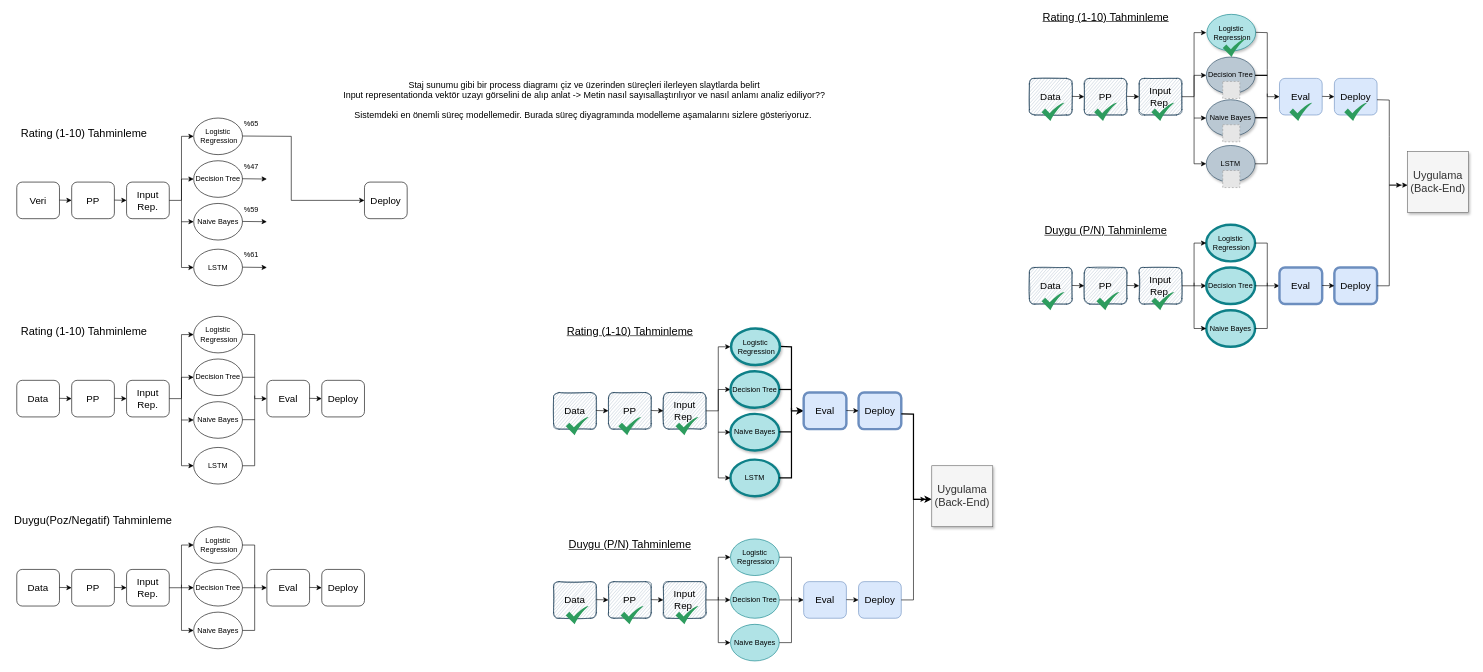
EgehanEralp/diagrams keeps this draw.io diagram as gradProjectProcesses.drawio. Above is the earlier version. Source tidied: cells renumbered, new cells numbered last; positions are measured from the earlier drawing's top-left corner, leaving out a move shared by most shapes. Both pictures are drawn from the tidied source at 61%, with x=0, y=0 at pixel (10, 11). Pictures stored in the file or linked from it are replaced by grey dashed boxes.
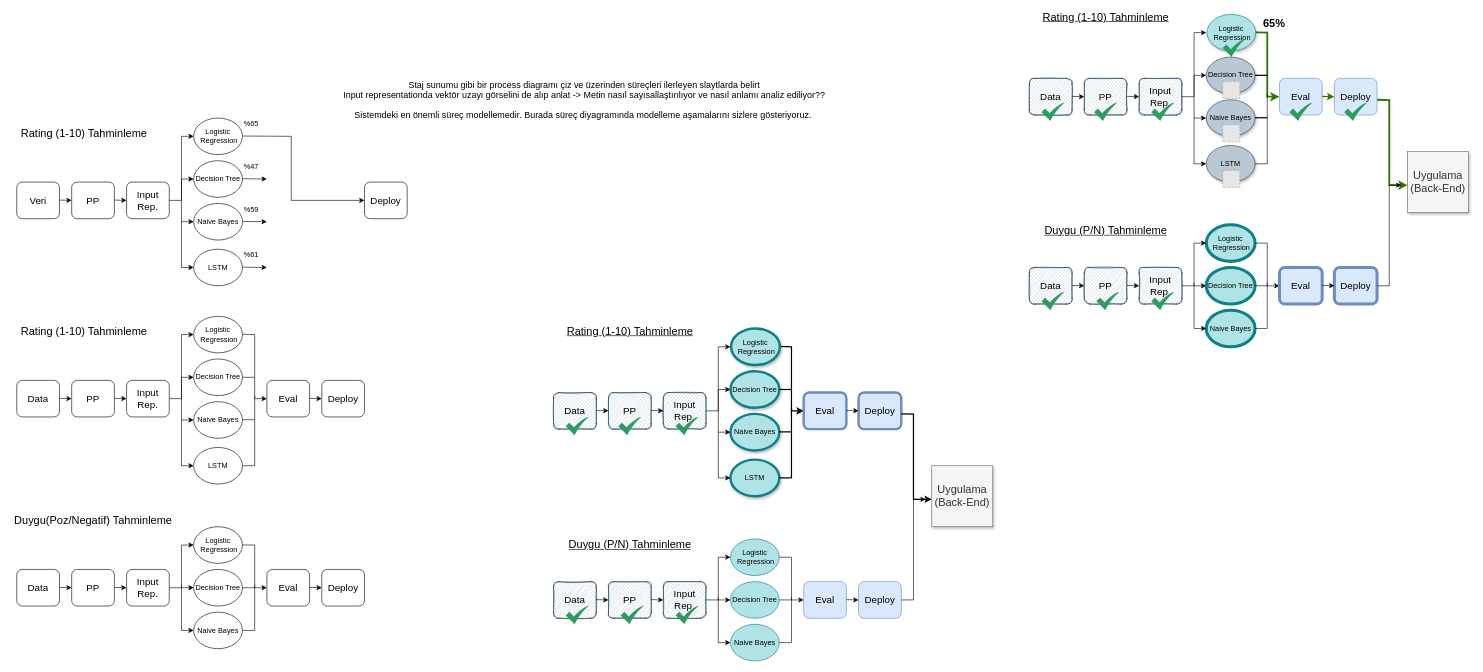
The same diagram, later.

Unchanged cells that the change refers to:
```xml
<mxCell id="127" value="&lt;font size=&quot;3&quot;&gt;Eval&lt;/font&gt;" style="rounded=1;whiteSpace=wrap;html=1;fillColor=#dae8fc;strokeColor=#6c8ebf;strokeWidth=1;" parent="1" vertex="1">
  <mxGeometry x="2080" y="110" width="70" height="60" as="geometry" />
</mxCell>
```

The edit, as a diff of the source:
```diff
@@
-    <mxCell id="126" style="endArrow=classic;html=1;exitX=1;exitY=0.5;exitDx=0;exitDy=0;entryX=0;entryY=0.5;entryDx=0;entryDy=0;rounded=0;strokeWidth=1;" parent="1" edge="1" target="127">
+    <mxCell id="126" style="endArrow=classic;html=1;exitX=1;exitY=0.5;exitDx=0;exitDy=0;entryX=0;entryY=0.5;entryDx=0;entryDy=0;rounded=0;strokeWidth=3;fillColor=#60a917;strokeColor=#2D7600;" parent="1" edge="1" target="127">
       <mxGeometry relative="1" as="geometry">
         <mxPoint x="2040" y="34.5" as="sourcePoint" />
         <Array as="points">
           <mxPoint x="2060" y="35" />
           <mxPoint x="2060" y="95" />
           <mxPoint x="2060" y="140" />
         </Array>
       </mxGeometry>
     </mxCell>
@@
-    <mxCell id="132" style="endArrow=classic;html=1;exitX=1;exitY=0.5;exitDx=0;exitDy=0;" parent="1" edge="1">
+    <mxCell id="132" style="endArrow=classic;html=1;exitX=1;exitY=0.5;exitDx=0;exitDy=0;fillColor=#60a917;strokeColor=#2D7600;strokeWidth=2;" parent="1" edge="1">
       <mxGeometry relative="1" as="geometry">
         <mxPoint x="2150" y="139.5" as="sourcePoint" />
         <mxPoint x="2170" y="140" as="targetPoint" />
       </mxGeometry>
     </mxCell>
@@
-    <mxCell id="140" value="Decision Tree" style="ellipse;whiteSpace=wrap;html=1;fillColor=#b0e3e6;strokeColor=#0e8088;strokeWidth=4;" parent="1" vertex="1">
+    <mxCell id="140" value="Decision Tree" style="ellipse;whiteSpace=wrap;html=1;fillColor=#b0e3e6;strokeColor=#0e8088;strokeWidth=5;" parent="1" vertex="1">
       <mxGeometry x="1960" y="420" width="80" height="60" as="geometry" />
     </mxCell>
-    <mxCell id="141" value="Naive Bayes" style="ellipse;whiteSpace=wrap;html=1;fillColor=#b0e3e6;strokeColor=#0e8088;strokeWidth=4;" parent="1" vertex="1">
+    <mxCell id="141" value="Naive Bayes" style="ellipse;whiteSpace=wrap;html=1;fillColor=#b0e3e6;strokeColor=#0e8088;strokeWidth=5;" parent="1" vertex="1">
       <mxGeometry x="1960" y="490" width="80" height="60" as="geometry" />
     </mxCell>
-    <mxCell id="142" value="Logistic &amp;nbsp;Regression" style="ellipse;whiteSpace=wrap;html=1;fillColor=#b0e3e6;strokeColor=#0e8088;strokeWidth=4;" parent="1" vertex="1">
+    <mxCell id="142" value="Logistic &amp;nbsp;Regression" style="ellipse;whiteSpace=wrap;html=1;fillColor=#b0e3e6;strokeColor=#0e8088;strokeWidth=5;" parent="1" vertex="1">
       <mxGeometry x="1960" y="350" width="80" height="60" as="geometry" />
     </mxCell>
@@
-    <mxCell id="146" value="&lt;font size=&quot;3&quot;&gt;Eval&lt;/font&gt;" style="rounded=1;whiteSpace=wrap;html=1;fillColor=#dae8fc;strokeColor=#6c8ebf;strokeWidth=4;" parent="1" vertex="1">
+    <mxCell id="146" value="&lt;font size=&quot;3&quot;&gt;Eval&lt;/font&gt;" style="rounded=1;whiteSpace=wrap;html=1;fillColor=#dae8fc;strokeColor=#6c8ebf;strokeWidth=5;" parent="1" vertex="1">
       <mxGeometry x="2080" y="420" width="70" height="60" as="geometry" />
     </mxCell>
@@
-    <mxCell id="149" value="&lt;font size=&quot;3&quot;&gt;Deploy&lt;/font&gt;" style="rounded=1;whiteSpace=wrap;html=1;fillColor=#dae8fc;strokeColor=#6c8ebf;strokeWidth=4;" parent="1" vertex="1">
+    <mxCell id="149" value="&lt;font size=&quot;3&quot;&gt;Deploy&lt;/font&gt;" style="rounded=1;whiteSpace=wrap;html=1;fillColor=#dae8fc;strokeColor=#6c8ebf;strokeWidth=5;" parent="1" vertex="1">
       <mxGeometry x="2170" y="420" width="70" height="60" as="geometry" />
     </mxCell>
@@
-    <mxCell id="152" style="endArrow=classic;html=1;exitX=1;exitY=0.5;exitDx=0;exitDy=0;rounded=0;strokeWidth=1;" parent="1" edge="1">
+    <mxCell id="152" style="endArrow=classic;html=1;exitX=1;exitY=0.5;exitDx=0;exitDy=0;rounded=0;strokeWidth=3;fillColor=#60a917;strokeColor=#2D7600;" parent="1" edge="1">
       <mxGeometry relative="1" as="geometry">
         <mxPoint x="2240" y="145" as="sourcePoint" />
         <mxPoint x="2290" y="285" as="targetPoint" />
         <Array as="points">
           <mxPoint x="2260" y="145.5" />
           <mxPoint x="2260" y="205.5" />
           <mxPoint x="2260" y="285" />
         </Array>
       </mxGeometry>
     </mxCell>
@@
+    <mxCell id="167" value="&lt;b&gt;&lt;font style=&quot;font-size: 18px&quot;&gt;65%&lt;/font&gt;&lt;/b&gt;" style="text;html=1;align=center;verticalAlign=middle;strokeColor=none;" parent="1" vertex="1">
+      <mxGeometry x="2046.2" y="10" width="50" height="20" as="geometry" />
+    </mxCell>
```
